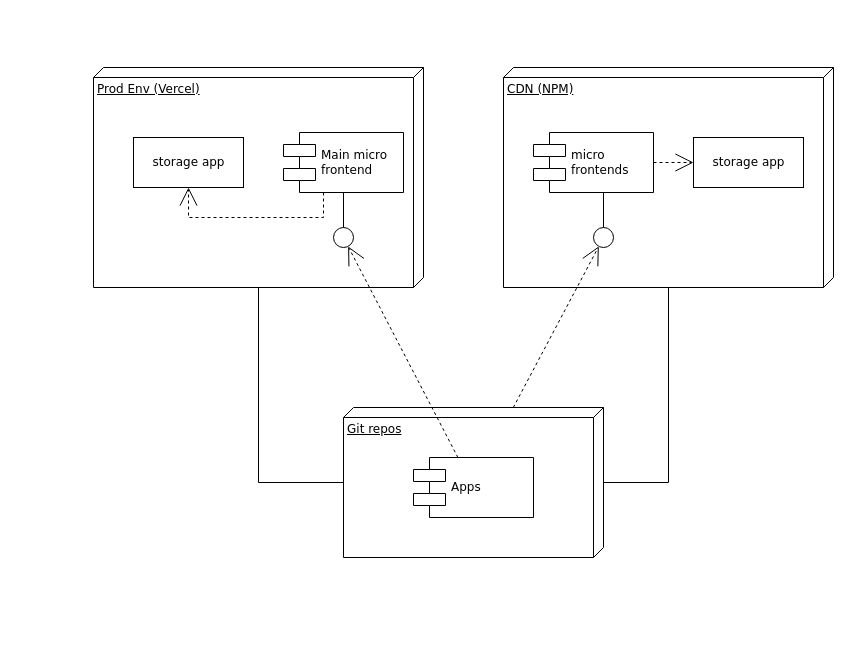
Earlier version of the draw.io diagram Untitled Diagram.drawio (voloshyndmitry/hivery-micro-fe-app). Source tidied: cells renumbered, new cells numbered last; positions are measured from the earlier drawing's top-left corner, leaving out a move shared by most shapes. Both pictures are drawn from the tidied source at 100%, with x=0, y=0 at pixel (93, 67).
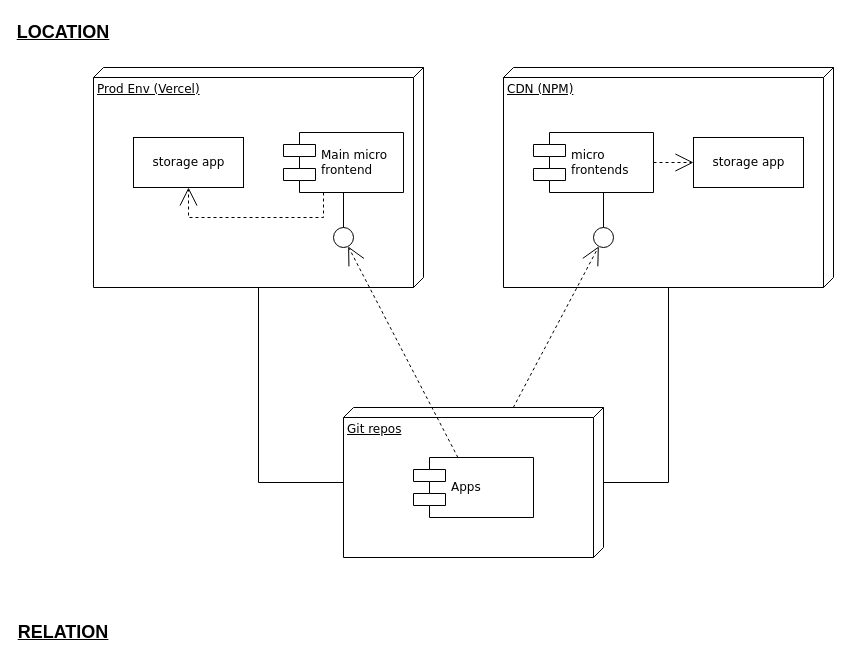
The same diagram, later.

Change to the diagram source:
```diff
@@
+    <mxCell id="20" value="&lt;b&gt;&lt;u&gt;&lt;font style=&quot;font-size: 18px;&quot;&gt;LOCATION&lt;/font&gt;&lt;/u&gt;&lt;/b&gt;" style="text;html=1;strokeColor=none;fillColor=none;align=center;verticalAlign=middle;whiteSpace=wrap;rounded=0;" parent="1" vertex="1">
+      <mxGeometry x="-60" y="-50" width="60" height="30" as="geometry" />
+    </mxCell>
+    <mxCell id="21" value="&lt;b&gt;&lt;u&gt;&lt;font style=&quot;font-size: 18px;&quot;&gt;RELATION&lt;/font&gt;&lt;/u&gt;&lt;/b&gt;" style="text;html=1;strokeColor=none;fillColor=none;align=center;verticalAlign=middle;whiteSpace=wrap;rounded=0;" parent="1" vertex="1">
+      <mxGeometry x="-60" y="550" width="60" height="30" as="geometry" />
+    </mxCell>
```
